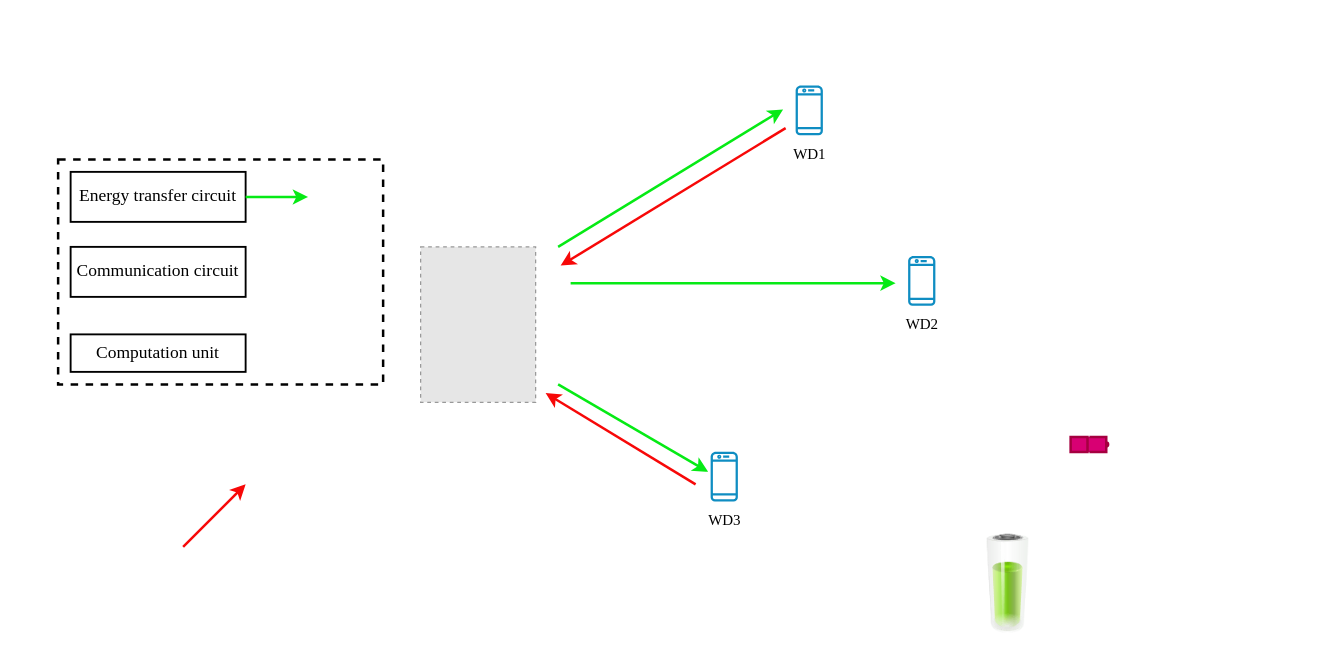
Before: page "第 3 页" (3 of 3) of server/multi_devices_distrubution.drawio in lxl0915/Intelligent_Housekeeper, a draw.io diagram. Source tidied: cells renumbered, new cells numbered last; positions are measured from the earlier drawing's top-left corner, leaving out a move shared by most shapes. Both pictures are drawn from the tidied source at 125%, with x=0, y=0 at pixel (58, 84). Pictures stored in the file or linked from it are replaced by grey dashed boxes.
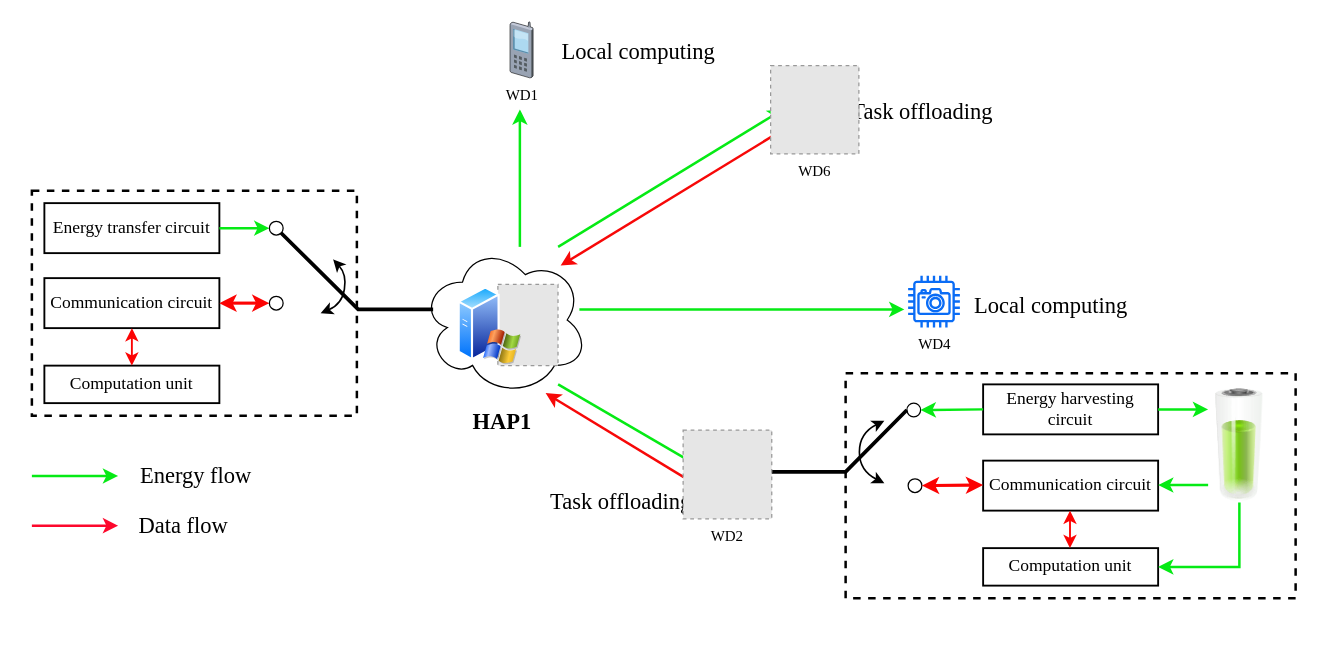
After the change.

The edit, as a diff of the source:
```diff
@@
+    <mxCell id="19" style="ellipse;shape=cloud;whiteSpace=wrap;html=1;fillColor=none;fontFamily=Times New Roman;" parent="1" vertex="1">
+      <mxGeometry x="290" y="128" width="134" height="121" as="geometry" />
+    </mxCell>
+    <mxCell id="20" style="rounded=0;whiteSpace=wrap;html=1;dashed=1;strokeWidth=2;" parent="1" vertex="1">
+      <mxGeometry x="630" y="231" width="360" height="180" as="geometry" />
+    </mxCell>
-    <mxCell id="2" style="fillColor=#E6E6E6;strokeColor=#999999;dashed=1;verticalLabelPosition=bottom;labelBackgroundColor=default;verticalAlign=top;fontFamily=Times New Roman;" parent="1" vertex="1">
-      <mxGeometry x="290" y="130" width="92" height="124.3" as="geometry" />
+    <mxCell id="2" style="fillColor=#E6E6E6;strokeColor=#999999;dashed=1;verticalLabelPosition=bottom;labelBackgroundColor=default;verticalAlign=top;fontFamily=Times New Roman;fontSize=14;" parent="1" vertex="1">
+      <mxGeometry x="351.8" y="160" width="48.1" height="65" as="geometry" />
     </mxCell>
-    <mxCell id="3" value="WD1" style="sketch=0;dashed=0;verticalLabelPosition=bottom;verticalAlign=top;align=center;html=1;fontSize=12;fontStyle=0;shape=mxgraph.aws4.mobile_client;fontFamily=Times New Roman;fillColor=#0f8dc2;strokeColor=#23445d;" parent="1" vertex="1">
-      <mxGeometry x="590" width="21.8" height="41.5" as="geometry" />
-    </mxCell>
-    <mxCell id="4" value="WD2" style="sketch=0;dashed=0;verticalLabelPosition=bottom;verticalAlign=top;align=center;html=1;fontSize=12;fontStyle=0;shape=mxgraph.aws4.mobile_client;fontFamily=Times New Roman;fillColor=#0f8dc2;strokeColor=#23445d;" parent="1" vertex="1">
-      <mxGeometry x="680" y="136.5" width="21.8" height="41.5" as="geometry" />
-    </mxCell>
-    <mxCell id="5" value="WD3" style="sketch=0;dashed=0;verticalLabelPosition=bottom;verticalAlign=top;align=center;html=1;fontSize=12;fontStyle=0;shape=mxgraph.aws4.mobile_client;fontFamily=Times New Roman;fillColor=#0f8dc2;strokeColor=#23445d;" parent="1" vertex="1">
-      <mxGeometry x="522" y="293" width="21.8" height="41.5" as="geometry" />
-    </mxCell>
     <mxCell id="6" style="rounded=0;whiteSpace=wrap;html=1;dashed=1;strokeWidth=2;" parent="1" vertex="1">
-      <mxGeometry y="60" width="260" height="180" as="geometry" />
+      <mxGeometry x="-21" y="85" width="260" height="180" as="geometry" />
     </mxCell>
     <mxCell id="7" value="&lt;font style=&quot;font-size: 14px;&quot; face=&quot;Times New Roman&quot;&gt;Energy transfer circuit&lt;/font&gt;" style="rounded=0;whiteSpace=wrap;html=1;strokeWidth=1.5;" parent="1" vertex="1">
-      <mxGeometry x="10" y="70" width="140" height="40" as="geometry" />
+      <mxGeometry x="-11" y="95" width="140" height="40" as="geometry" />
     </mxCell>
     <mxCell id="8" value="&lt;font style=&quot;font-size: 14px;&quot; face=&quot;Times New Roman&quot;&gt;Communication circuit&lt;/font&gt;" style="rounded=0;whiteSpace=wrap;html=1;strokeWidth=1.5;" parent="1" vertex="1">
-      <mxGeometry x="10" y="130" width="140" height="40" as="geometry" />
+      <mxGeometry x="-11" y="155" width="140" height="40" as="geometry" />
     </mxCell>
     <mxCell id="9" value="&lt;font style=&quot;font-size: 14px;&quot; face=&quot;Times New Roman&quot;&gt;Computation unit&lt;/font&gt;" style="rounded=0;whiteSpace=wrap;html=1;strokeWidth=1.5;" parent="1" vertex="1">
-      <mxGeometry x="10" y="200" width="140" height="30" as="geometry" />
+      <mxGeometry x="-11" y="225" width="140" height="30" as="geometry" />
     </mxCell>
-    <mxCell id="10" style="endArrow=classic;html=1;rounded=0;strokeWidth=2;strokeColor=#f70808;" parent="1" edge="1">
-      <mxGeometry relative="1" as="geometry">
-        <mxPoint x="100" y="370" as="sourcePoint" />
-        <mxPoint x="150" y="320" as="targetPoint" />
-      </mxGeometry>
-    </mxCell>
-    <mxCell id="11" style="endArrow=classic;html=1;rounded=0;strokeWidth=2;strokeColor=#06ea15;entryX=0.769;entryY=0.167;entryDx=0;entryDy=0;entryPerimeter=0;" parent="1" edge="1" target="6">
+    <mxCell id="11" style="endArrow=classic;html=1;rounded=0;strokeWidth=2;strokeColor=#06ea15;" parent="1" edge="1">
       <mxGeometry relative="1" as="geometry">
-        <mxPoint x="150" y="90" as="sourcePoint" />
+        <mxPoint x="129" y="115" as="sourcePoint" />
+        <mxPoint x="169" y="115" as="targetPoint" />
       </mxGeometry>
     </mxCell>
@@
     <mxCell id="13" style="endArrow=classic;html=1;rounded=0;strokeWidth=2;strokeColor=#06ea15;" parent="1" edge="1">
       <mxGeometry relative="1" as="geometry">
-        <mxPoint x="410" y="159" as="sourcePoint" />
-        <mxPoint x="670" y="159" as="targetPoint" />
+        <mxPoint x="417" y="180" as="sourcePoint" />
+        <mxPoint x="677" y="180" as="targetPoint" />
       </mxGeometry>
     </mxCell>
@@
-    <mxCell id="17" style="html=1;verticalLabelPosition=bottom;align=center;labelBackgroundColor=#ffffff;verticalAlign=top;strokeWidth=2;strokeColor=#A50040;shadow=0;dashed=0;shape=mxgraph.ios7.icons.battery;fillColor=#d80073;fontColor=#ffffff;" parent="1" vertex="1">
-      <mxGeometry x="810" y="282" width="30" height="12" as="geometry" />
-    </mxCell>
     <mxCell id="18" style="image;html=1;image=img/lib/clip_art/general/Battery_75_128x128.png;" parent="1" vertex="1">
-      <mxGeometry x="720" y="360" width="80" height="80" as="geometry" />
+      <mxGeometry x="920" y="243.7" width="50" height="90.8" as="geometry" />
     </mxCell>
+    <mxCell id="21" value="&lt;font style=&quot;font-size: 14px;&quot; face=&quot;Times New Roman&quot;&gt;Energy harvesting circuit&lt;/font&gt;" style="rounded=0;whiteSpace=wrap;html=1;strokeWidth=1.5;" parent="1" vertex="1">
+      <mxGeometry x="740" y="240" width="140" height="40" as="geometry" />
+    </mxCell>
+    <mxCell id="22" value="&lt;font style=&quot;font-size: 14px;&quot; face=&quot;Times New Roman&quot;&gt;Communication circuit&lt;/font&gt;" style="rounded=0;whiteSpace=wrap;html=1;strokeWidth=1.5;" parent="1" vertex="1">
+      <mxGeometry x="740" y="301" width="140" height="40" as="geometry" />
+    </mxCell>
+    <mxCell id="23" value="&lt;font style=&quot;font-size: 14px;&quot; face=&quot;Times New Roman&quot;&gt;Computation unit&lt;/font&gt;" style="rounded=0;whiteSpace=wrap;html=1;strokeWidth=1.5;" parent="1" vertex="1">
+      <mxGeometry x="740" y="371" width="140" height="30" as="geometry" />
+    </mxCell>
+    <mxCell id="24" style="endArrow=classic;startArrow=classic;html=1;rounded=0;strokeColor=#fc0303;strokeWidth=1.5;entryX=0.5;entryY=1;entryDx=0;entryDy=0;exitX=0.5;exitY=0;exitDx=0;exitDy=0;" parent="1" edge="1" source="9" target="8">
+      <mxGeometry relative="1" as="geometry" />
+    </mxCell>
+    <mxCell id="25" style="endArrow=classic;startArrow=classic;html=1;rounded=0;strokeColor=#fc0303;strokeWidth=2.5;entryX=0;entryY=0.5;entryDx=0;entryDy=0;exitX=1;exitY=0.5;exitDx=0;exitDy=0;" parent="1" edge="1" source="8" target="27">
+      <mxGeometry relative="1" as="geometry" />
+    </mxCell>
+    <mxCell id="26" style="ellipse;whiteSpace=wrap;html=1;" parent="1" vertex="1">
+      <mxGeometry x="169" y="109.5" width="11" height="11" as="geometry" />
+    </mxCell>
+    <mxCell id="27" style="ellipse;whiteSpace=wrap;html=1;" parent="1" vertex="1">
+      <mxGeometry x="169" y="169.5" width="11" height="11" as="geometry" />
+    </mxCell>
+    <mxCell id="28" style="endArrow=none;html=1;rounded=0;exitX=1;exitY=1;exitDx=0;exitDy=0;strokeWidth=3;" parent="1" edge="1" source="26">
+      <mxGeometry relative="1" as="geometry">
+        <mxPoint x="300" y="180" as="targetPoint" />
+        <Array as="points">
+          <mxPoint x="240" y="180" />
+        </Array>
+      </mxGeometry>
+    </mxCell>
+    <mxCell id="29" style="curved=1;endArrow=classic;html=1;rounded=0;startArrow=classic;startFill=1;strokeWidth=1.3;" parent="1" edge="1">
+      <mxGeometry relative="1" as="geometry">
+        <mxPoint x="210" y="183" as="sourcePoint" />
+        <mxPoint x="220" y="140" as="targetPoint" />
+        <Array as="points">
+          <mxPoint x="227" y="176" />
+          <mxPoint x="231" y="152" />
+        </Array>
+      </mxGeometry>
+    </mxCell>
+    <mxCell id="30" style="endArrow=classic;startArrow=classic;html=1;rounded=0;strokeColor=#fc0303;strokeWidth=1.5;entryX=0.5;entryY=1;entryDx=0;entryDy=0;exitX=0.5;exitY=0;exitDx=0;exitDy=0;" parent="1" edge="1">
+      <mxGeometry relative="1" as="geometry">
+        <mxPoint x="809.5" y="371" as="sourcePoint" />
+        <mxPoint x="809.5" y="341" as="targetPoint" />
+      </mxGeometry>
+    </mxCell>
+    <mxCell id="31" style="ellipse;whiteSpace=wrap;html=1;" parent="1" vertex="1">
+      <mxGeometry x="679" y="255" width="11" height="11" as="geometry" />
+    </mxCell>
+    <mxCell id="32" style="ellipse;whiteSpace=wrap;html=1;" parent="1" vertex="1">
+      <mxGeometry x="680" y="315.5" width="11" height="11" as="geometry" />
+    </mxCell>
+    <mxCell id="33" style="endArrow=classic;startArrow=classic;html=1;rounded=0;strokeColor=#fc0303;strokeWidth=2.5;entryX=0;entryY=0.5;entryDx=0;entryDy=0;exitX=1;exitY=0.5;exitDx=0;exitDy=0;" parent="1" edge="1" source="32">
+      <mxGeometry relative="1" as="geometry">
+        <mxPoint x="740" y="320.5" as="targetPoint" />
+      </mxGeometry>
+    </mxCell>
+    <mxCell id="34" style="endArrow=classic;html=1;rounded=0;strokeWidth=2;strokeColor=#06ea15;exitX=0;exitY=0.5;exitDx=0;exitDy=0;entryX=1;entryY=0.5;entryDx=0;entryDy=0;" parent="1" edge="1" source="21" target="31">
+      <mxGeometry relative="1" as="geometry" />
+    </mxCell>
+    <mxCell id="35" style="endArrow=classic;html=1;rounded=0;strokeWidth=2;strokeColor=#06ea15;entryX=1;entryY=0.5;entryDx=0;entryDy=0;" parent="1" edge="1">
+      <mxGeometry relative="1" as="geometry">
+        <mxPoint x="920" y="320.5" as="sourcePoint" />
+        <mxPoint x="880" y="320.5" as="targetPoint" />
+      </mxGeometry>
+    </mxCell>
+    <mxCell id="36" style="endArrow=classic;html=1;rounded=0;strokeWidth=2;strokeColor=#06ea15;exitX=1;exitY=0.5;exitDx=0;exitDy=0;" parent="1" edge="1" source="21">
+      <mxGeometry relative="1" as="geometry">
+        <mxPoint x="920" y="260" as="targetPoint" />
+      </mxGeometry>
+    </mxCell>
+    <mxCell id="37" style="endArrow=classic;html=1;rounded=0;strokeWidth=2;strokeColor=#06ea15;entryX=1;entryY=0.5;entryDx=0;entryDy=0;exitX=0.5;exitY=1;exitDx=0;exitDy=0;" parent="1" edge="1" source="18" target="23">
+      <mxGeometry relative="1" as="geometry">
+        <Array as="points">
+          <mxPoint x="945" y="386" />
+        </Array>
+      </mxGeometry>
+    </mxCell>
+    <mxCell id="38" style="endArrow=none;html=1;rounded=0;strokeWidth=3;entryX=0;entryY=0.5;entryDx=0;entryDy=0;" parent="1" edge="1" target="31">
+      <mxGeometry relative="1" as="geometry">
+        <mxPoint x="550" y="310" as="sourcePoint" />
+        <Array as="points">
+          <mxPoint x="630" y="310" />
+        </Array>
+      </mxGeometry>
+    </mxCell>
+    <mxCell id="39" style="curved=1;endArrow=classic;html=1;rounded=0;startArrow=classic;startFill=1;strokeWidth=1.3;" parent="1" edge="1">
+      <mxGeometry relative="1" as="geometry">
+        <mxPoint x="661" y="319" as="sourcePoint" />
+        <mxPoint x="661" y="269" as="targetPoint" />
+        <Array as="points">
+          <mxPoint x="641" y="309" />
+          <mxPoint x="641" y="279" />
+        </Array>
+      </mxGeometry>
+    </mxCell>
+    <mxCell id="40" value="&lt;font style=&quot;font-size: 18px;&quot; face=&quot;Times New Roman&quot;&gt;Task offloading&lt;/font&gt;" style="text;html=1;align=center;verticalAlign=middle;strokeColor=none;fillColor=none;" parent="1" vertex="1">
+      <mxGeometry x="620.9" y="1.5" width="140" height="40" as="geometry" />
+    </mxCell>
+    <mxCell id="41" value="&lt;font style=&quot;font-size: 18px;&quot; face=&quot;Times New Roman&quot;&gt;Task offloading&lt;/font&gt;" style="text;html=1;align=center;verticalAlign=middle;strokeColor=none;fillColor=none;" parent="1" vertex="1">
+      <mxGeometry x="380" y="314" width="140" height="40" as="geometry" />
+    </mxCell>
+    <mxCell id="42" value="&lt;font style=&quot;font-size: 18px;&quot; face=&quot;Times New Roman&quot;&gt;Local computing&lt;/font&gt;" style="text;html=1;align=center;verticalAlign=middle;strokeColor=none;fillColor=none;" parent="1" vertex="1">
+      <mxGeometry x="719" y="156.5" width="150" height="40" as="geometry" />
+    </mxCell>
+    <mxCell id="43" style="endArrow=classic;html=1;rounded=0;strokeWidth=2;strokeColor=#06ea15;" parent="1" edge="1">
+      <mxGeometry relative="1" as="geometry">
+        <mxPoint x="-21" y="313.3" as="sourcePoint" />
+        <mxPoint x="48" y="313.3" as="targetPoint" />
+      </mxGeometry>
+    </mxCell>
+    <mxCell id="44" style="endArrow=classic;html=1;rounded=0;strokeWidth=2;strokeColor=#fd082c;" parent="1" edge="1">
+      <mxGeometry relative="1" as="geometry">
+        <mxPoint x="-21" y="353" as="sourcePoint" />
+        <mxPoint x="48" y="353" as="targetPoint" />
+      </mxGeometry>
+    </mxCell>
+    <mxCell id="45" value="&lt;font style=&quot;font-size: 18px;&quot; face=&quot;Times New Roman&quot;&gt;Energy flow&lt;/font&gt;" style="text;html=1;align=center;verticalAlign=middle;strokeColor=none;fillColor=none;" parent="1" vertex="1">
+      <mxGeometry x="55" y="293" width="110" height="40" as="geometry" />
+    </mxCell>
+    <mxCell id="46" value="&lt;font style=&quot;font-size: 18px;&quot; face=&quot;Times New Roman&quot;&gt;Data flow&lt;/font&gt;" style="text;html=1;align=center;verticalAlign=middle;strokeColor=none;fillColor=none;" parent="1" vertex="1">
+      <mxGeometry x="55" y="333" width="90" height="40" as="geometry" />
+    </mxCell>
+    <mxCell id="47" value="&lt;font style=&quot;font-size: 18px;&quot; face=&quot;Times New Roman&quot;&gt;Local computing&lt;/font&gt;" style="text;html=1;align=center;verticalAlign=middle;strokeColor=none;fillColor=none;" parent="1" vertex="1">
+      <mxGeometry x="389" y="-46.2" width="150" height="40" as="geometry" />
+    </mxCell>
+    <mxCell id="48" style="endArrow=classic;html=1;rounded=0;strokeWidth=2;strokeColor=#06ea15;" parent="1" edge="1">
+      <mxGeometry relative="1" as="geometry">
+        <mxPoint x="369.4" y="130" as="sourcePoint" />
+        <mxPoint x="369.4" y="20" as="targetPoint" />
+      </mxGeometry>
+    </mxCell>
+    <mxCell id="49" value="&lt;font style=&quot;font-size: 18px;&quot; face=&quot;Times New Roman&quot;&gt;HAP1&lt;br&gt;&lt;/font&gt;" style="text;html=1;align=center;verticalAlign=middle;strokeColor=none;fillColor=none;fontStyle=1;" parent="1" vertex="1">
+      <mxGeometry x="320.1" y="250" width="70" height="40" as="geometry" />
+    </mxCell>
+    <mxCell id="50" style="image;perimeter=ellipsePerimeter;html=1;align=center;shadow=0;dashed=0;spacingTop=3;image=img/lib/active_directory/windows_server_2.svg;imageBackground=none;fontFamily=Times New Roman;" parent="1" vertex="1">
+      <mxGeometry x="320.1" y="161.4" width="50.9" height="63.6" as="geometry" />
+    </mxCell>
+    <mxCell id="3" value="&lt;font style=&quot;font-size: 12px;&quot;&gt;WD1&lt;/font&gt;" style="verticalLabelPosition=bottom;sketch=0;html=1;verticalAlign=top;align=center;shape=mxgraph.citrix.cell_phone;fillColor=#fad7ac;strokeColor=#b46504;fontFamily=Times New Roman;" parent="1" vertex="1">
+      <mxGeometry x="361.4" y="-50" width="18.6" height="44.8" as="geometry" />
+    </mxCell>
+    <mxCell id="51" value="WD6" style="fillColor=#E6E6E6;strokeColor=#999999;dashed=1;html=1;verticalAlign=top;verticalLabelPosition=bottom;labelBackgroundColor=#ffffff;fontFamily=Times New Roman;" parent="1" vertex="1">
+      <mxGeometry x="570" y="-15" width="70.6" height="70.6" as="geometry" />
+    </mxCell>
+    <mxCell id="52" value="WD4" style="sketch=0;gradientColor=none;fillColor=#0a6cf5;strokeColor=#0e71fb;dashed=0;verticalLabelPosition=bottom;verticalAlign=top;align=center;html=1;fontSize=12;fontStyle=0;shape=mxgraph.aws4.camera;fontFamily=Times New Roman;" parent="1" vertex="1">
+      <mxGeometry x="680" y="153" width="41.4" height="41.4" as="geometry" />
+    </mxCell>
+    <mxCell id="4" value="WD2" style="fillColor=#E6E6E6;strokeColor=#999999;dashed=1;html=1;verticalAlign=top;verticalLabelPosition=bottom;labelBackgroundColor=#ffffff;fontFamily=Times New Roman;" parent="1" vertex="1">
+      <mxGeometry x="500" y="276.6" width="70.9" height="70.9" as="geometry" />
+    </mxCell>
```
